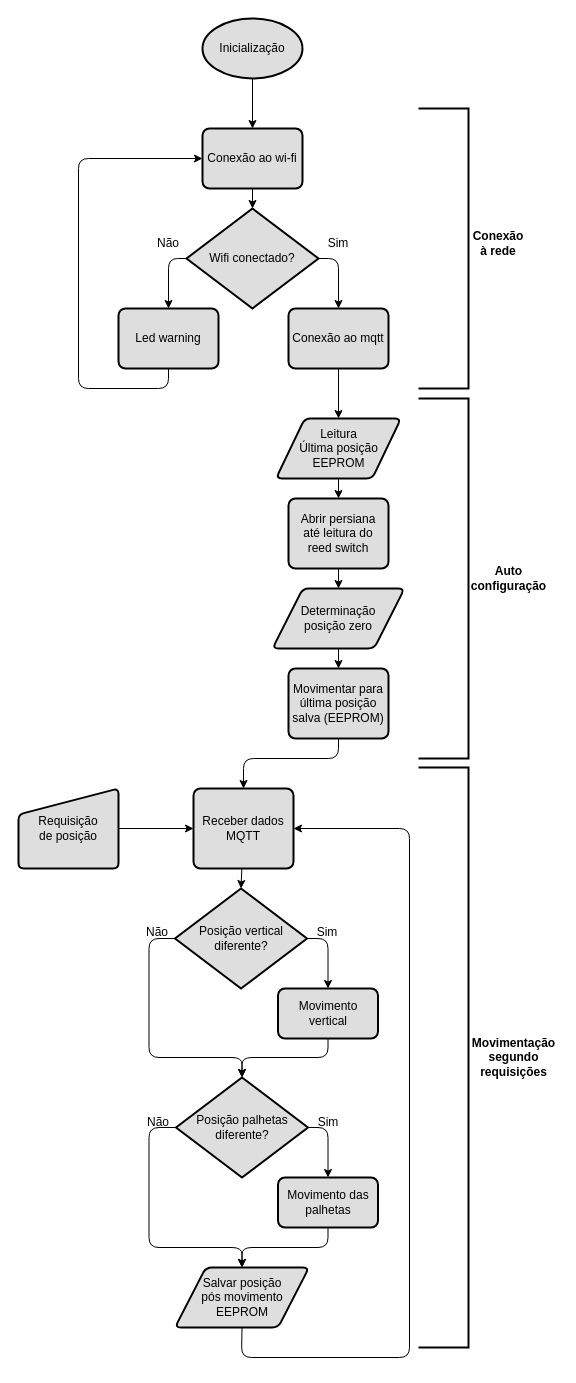
Above: Blinds_hardware_PlatformIO/diagram/fluxChart.drawio in AntunesLeonardo/SmartOffice_Persiana (draw.io), before the change. Source tidied: cells renumbered, new cells numbered last; positions are measured from the earlier drawing's top-left corner, leaving out a move shared by most shapes. Both pictures are drawn from the tidied source at 100%, with x=0, y=0 at pixel (18, 18).
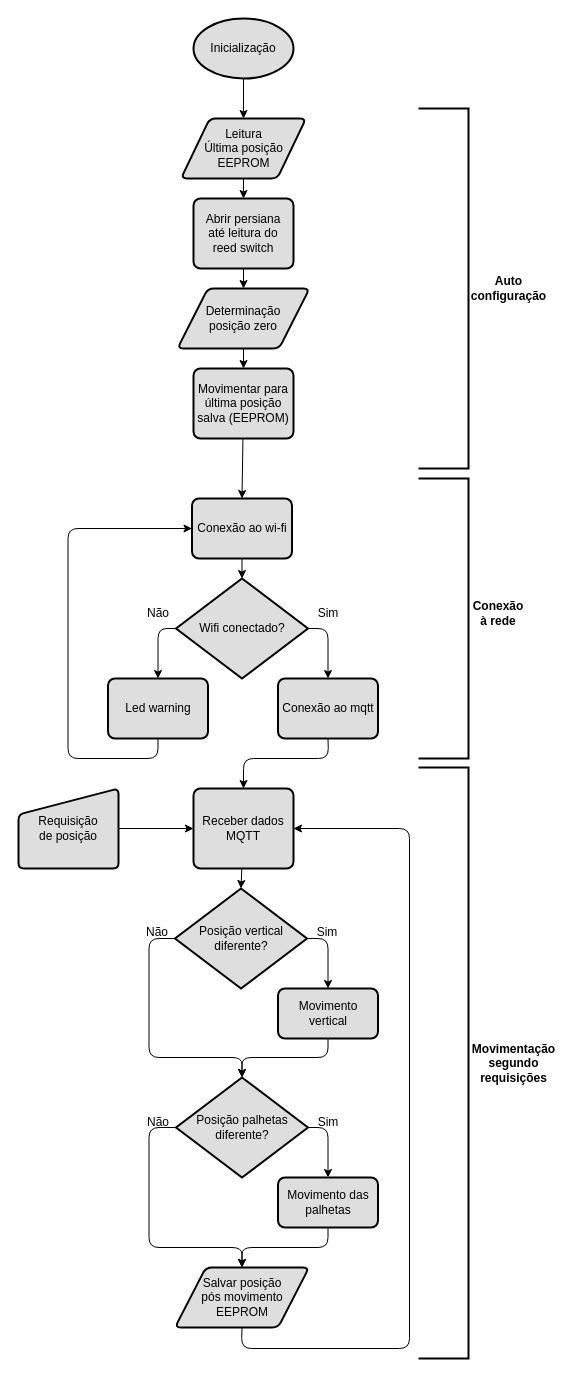
The same diagram, later.

Commit message:
Doc: Flow chart - auto config before network connection

The change refers to these unchanged cells:
```xml
<mxCell id="28" value="Receber dados&lt;br&gt;MQTT" style="rounded=1;whiteSpace=wrap;html=1;absoluteArcSize=1;arcSize=14;strokeWidth=2;strokeColor=#000000;fillColor=#DEDEDE;fontColor=#000000;" parent="1" vertex="1">
  <mxGeometry x="175" y="770" width="100" height="80" as="geometry" />
</mxCell>
<mxCell id="40" value="Salvar posição&lt;br&gt;pós movimento&lt;br&gt;EEPROM" style="shape=parallelogram;html=1;strokeWidth=2;perimeter=parallelogramPerimeter;whiteSpace=wrap;rounded=1;arcSize=12;size=0.23;strokeColor=#000000;fillColor=#DEDEDE;fontColor=#000000;" parent="1" vertex="1">
  <mxGeometry x="156.5" y="1249" width="134" height="60" as="geometry" />
</mxCell>
```

What changed in the source:
```diff
@@
-    <mxCell id="2" style="edgeStyle=none;html=1;entryX=0.5;entryY=0;entryDx=0;entryDy=0;fontColor=#000000;strokeColor=#000000;fillColor=#DEDEDE;" parent="1" edge="1" source="3" target="5">
-      <mxGeometry relative="1" as="geometry" />
-    </mxCell>
+    <mxCell id="49" style="edgeStyle=none;html=1;entryX=0.5;entryY=0;entryDx=0;entryDy=0;strokeColor=#000000;" parent="1" edge="1" source="3" target="16">
+      <mxGeometry relative="1" as="geometry" />
+    </mxCell>
     <mxCell id="3" value="Inicialização" style="strokeWidth=2;html=1;shape=mxgraph.flowchart.start_1;whiteSpace=wrap;strokeColor=#000000;fillColor=#DEDEDE;fontColor=#000000;" parent="1" vertex="1">
-      <mxGeometry x="184" width="100" height="60" as="geometry" />
+      <mxGeometry x="175" width="100" height="60" as="geometry" />
     </mxCell>
@@
     <mxCell id="5" value="Conexão ao wi-fi" style="rounded=1;whiteSpace=wrap;html=1;absoluteArcSize=1;arcSize=14;strokeWidth=2;shadow=0;glass=0;labelBackgroundColor=none;fontColor=#000000;strokeColor=#000000;fillColor=#DEDEDE;" parent="1" vertex="1">
-      <mxGeometry x="184" y="110" width="100" height="60" as="geometry" />
+      <mxGeometry x="173.5" y="480" width="100" height="60" as="geometry" />
     </mxCell>
-    <mxCell id="6" style="edgeStyle=none;html=1;strokeColor=#000000;fillColor=#DEDEDE;fontColor=#000000;" parent="1" edge="1" source="7" target="16">
-      <mxGeometry relative="1" as="geometry" />
-    </mxCell>
+    <mxCell id="50" style="edgeStyle=none;html=1;entryX=0.5;entryY=0;entryDx=0;entryDy=0;exitX=0.5;exitY=1;exitDx=0;exitDy=0;strokeColor=#000000;" parent="1" edge="1" source="7" target="28">
+      <mxGeometry relative="1" as="geometry">
+        <Array as="points">
+          <mxPoint x="310" y="740" />
+          <mxPoint x="225" y="740" />
+        </Array>
+      </mxGeometry>
+    </mxCell>
     <mxCell id="7" value="Conexão ao mqtt" style="rounded=1;whiteSpace=wrap;html=1;absoluteArcSize=1;arcSize=14;strokeWidth=2;shadow=0;glass=0;labelBackgroundColor=none;fontColor=#000000;strokeColor=#000000;fillColor=#DEDEDE;" parent="1" vertex="1">
-      <mxGeometry x="270" y="290" width="100" height="60" as="geometry" />
+      <mxGeometry x="259.5" y="660" width="100" height="60" as="geometry" />
     </mxCell>
     <mxCell id="8" style="edgeStyle=none;html=1;entryX=0.5;entryY=0;entryDx=0;entryDy=0;exitX=0;exitY=0.5;exitDx=0;exitDy=0;exitPerimeter=0;strokeColor=#000000;fillColor=#DEDEDE;fontColor=#000000;" parent="1" edge="1" source="10" target="12">
       <mxGeometry relative="1" as="geometry">
         <Array as="points">
-          <mxPoint x="150" y="240" />
+          <mxPoint x="139.5" y="610" />
         </Array>
       </mxGeometry>
     </mxCell>
     <mxCell id="9" style="edgeStyle=none;html=1;entryX=0.5;entryY=0;entryDx=0;entryDy=0;exitX=1;exitY=0.5;exitDx=0;exitDy=0;exitPerimeter=0;strokeColor=#000000;fillColor=#DEDEDE;fontColor=#000000;" parent="1" edge="1" source="10" target="7">
       <mxGeometry relative="1" as="geometry">
         <Array as="points">
-          <mxPoint x="320" y="240" />
+          <mxPoint x="309.5" y="610" />
         </Array>
       </mxGeometry>
     </mxCell>
     <mxCell id="10" value="Wifi conectado?" style="strokeWidth=2;html=1;shape=mxgraph.flowchart.decision;whiteSpace=wrap;strokeColor=#000000;fillColor=#DEDEDE;fontColor=#000000;" parent="1" vertex="1">
-      <mxGeometry x="168" y="190" width="132" height="100" as="geometry" />
+      <mxGeometry x="157.5" y="560" width="132" height="100" as="geometry" />
     </mxCell>
     <mxCell id="11" style="edgeStyle=none;html=1;entryX=0;entryY=0.5;entryDx=0;entryDy=0;exitX=0.5;exitY=1;exitDx=0;exitDy=0;strokeColor=#000000;fillColor=#DEDEDE;fontColor=#000000;" parent="1" edge="1" source="12" target="5">
       <mxGeometry relative="1" as="geometry">
         <Array as="points">
-          <mxPoint x="150" y="370" />
-          <mxPoint x="60" y="370" />
-          <mxPoint x="60" y="140" />
+          <mxPoint x="139.5" y="740" />
+          <mxPoint x="49.5" y="740" />
+          <mxPoint x="49.5" y="510" />
         </Array>
       </mxGeometry>
     </mxCell>
     <mxCell id="12" value="Led warning" style="rounded=1;whiteSpace=wrap;html=1;absoluteArcSize=1;arcSize=14;strokeWidth=2;strokeColor=#000000;fillColor=#DEDEDE;fontColor=#000000;" parent="1" vertex="1">
-      <mxGeometry x="100" y="290" width="100" height="60" as="geometry" />
+      <mxGeometry x="89.5" y="660" width="100" height="60" as="geometry" />
     </mxCell>
     <mxCell id="13" value="Sim" style="text;html=1;strokeColor=none;fillColor=none;align=center;verticalAlign=middle;whiteSpace=wrap;rounded=0;fontColor=#000000;labelBackgroundColor=none;" parent="1" vertex="1">
-      <mxGeometry x="290" y="210" width="60" height="30" as="geometry" />
+      <mxGeometry x="279.5" y="580" width="60" height="30" as="geometry" />
     </mxCell>
     <mxCell id="14" value="Não" style="text;html=1;strokeColor=none;fillColor=none;align=center;verticalAlign=middle;whiteSpace=wrap;rounded=0;fontColor=#000000;" parent="1" vertex="1">
-      <mxGeometry x="120" y="210" width="60" height="30" as="geometry" />
+      <mxGeometry x="109.5" y="580" width="60" height="30" as="geometry" />
     </mxCell>
@@
     <mxCell id="16" value="Leitura&lt;br&gt;Última posição&lt;br&gt;EEPROM" style="shape=parallelogram;html=1;strokeWidth=2;perimeter=parallelogramPerimeter;whiteSpace=wrap;rounded=1;arcSize=12;size=0.23;strokeColor=#000000;fillColor=#DEDEDE;fontColor=#000000;" parent="1" vertex="1">
-      <mxGeometry x="257.5" y="400" width="125" height="60" as="geometry" />
+      <mxGeometry x="162.5" y="100" width="125" height="60" as="geometry" />
     </mxCell>
@@
     <mxCell id="18" value="Abrir persiana&lt;br&gt;até leitura do&lt;br&gt;reed switch" style="rounded=1;whiteSpace=wrap;html=1;absoluteArcSize=1;arcSize=14;strokeWidth=2;strokeColor=#000000;fillColor=#DEDEDE;fontColor=#000000;" parent="1" vertex="1">
-      <mxGeometry x="270" y="480" width="100" height="70" as="geometry" />
+      <mxGeometry x="175" y="180" width="100" height="70" as="geometry" />
     </mxCell>
@@
     <mxCell id="20" value="Determinação&lt;br&gt;posição zero" style="shape=parallelogram;html=1;strokeWidth=2;perimeter=parallelogramPerimeter;whiteSpace=wrap;rounded=1;arcSize=12;size=0.23;strokeColor=#000000;fillColor=#DEDEDE;fontColor=#000000;" parent="1" vertex="1">
-      <mxGeometry x="254" y="570" width="132" height="60" as="geometry" />
+      <mxGeometry x="159" y="270" width="132" height="60" as="geometry" />
     </mxCell>
     <mxCell id="21" style="strokeWidth=2;html=1;shape=mxgraph.flowchart.annotation_1;align=left;flipH=1;strokeColor=#000000;fillColor=#DEDEDE;fontColor=#000000;" parent="1" vertex="1">
-      <mxGeometry x="400" y="90" width="50" height="280" as="geometry" />
+      <mxGeometry x="400" y="460" width="50" height="280" as="geometry" />
     </mxCell>
     <mxCell id="22" style="strokeWidth=2;html=1;shape=mxgraph.flowchart.annotation_1;align=left;flipH=1;strokeColor=#000000;fillColor=#DEDEDE;fontColor=#000000;" parent="1" vertex="1">
-      <mxGeometry x="400" y="380" width="50" height="360" as="geometry" />
+      <mxGeometry x="400" y="90" width="50" height="360" as="geometry" />
     </mxCell>
-    <mxCell id="23" style="edgeStyle=none;html=1;entryX=0.5;entryY=0;entryDx=0;entryDy=0;exitX=0.5;exitY=1;exitDx=0;exitDy=0;strokeColor=#000000;fillColor=#DEDEDE;fontColor=#000000;" parent="1" edge="1" source="24" target="28">
-      <mxGeometry relative="1" as="geometry">
-        <Array as="points">
-          <mxPoint x="320" y="740" />
-          <mxPoint x="225" y="740" />
-        </Array>
-      </mxGeometry>
-    </mxCell>
+    <mxCell id="51" style="edgeStyle=none;html=1;entryX=0.5;entryY=0;entryDx=0;entryDy=0;strokeColor=#000000;" parent="1" edge="1" source="24" target="5">
+      <mxGeometry relative="1" as="geometry" />
+    </mxCell>
     <mxCell id="24" value="Movimentar para&lt;br&gt;última posição&lt;br&gt;salva (EEPROM)" style="rounded=1;whiteSpace=wrap;html=1;absoluteArcSize=1;arcSize=14;strokeWidth=2;strokeColor=#000000;fillColor=#DEDEDE;fontColor=#000000;" parent="1" vertex="1">
-      <mxGeometry x="270" y="650" width="100" height="70" as="geometry" />
+      <mxGeometry x="175" y="350" width="100" height="70" as="geometry" />
     </mxCell>
@@
     <mxCell id="39" style="edgeStyle=none;html=1;entryX=1;entryY=0.5;entryDx=0;entryDy=0;exitX=0.5;exitY=1;exitDx=0;exitDy=0;strokeColor=#000000;fillColor=#DEDEDE;fontColor=#000000;" parent="1" edge="1" source="40" target="28">
       <mxGeometry relative="1" as="geometry">
         <Array as="points">
-          <mxPoint x="223" y="1339" />
-          <mxPoint x="391" y="1339" />
+          <mxPoint x="223" y="1330" />
+          <mxPoint x="391" y="1330" />
           <mxPoint x="391" y="810" />
         </Array>
       </mxGeometry>
     </mxCell>
@@
     <mxCell id="41" style="strokeWidth=2;html=1;shape=mxgraph.flowchart.annotation_1;align=left;flipH=1;strokeColor=#000000;fillColor=#DEDEDE;fontColor=#000000;" parent="1" vertex="1">
-      <mxGeometry x="400" y="749" width="50" height="580" as="geometry" />
+      <mxGeometry x="400" y="749" width="50" height="591" as="geometry" />
     </mxCell>
     <mxCell id="42" value="&lt;b&gt;Conexão à rede&lt;/b&gt;" style="text;html=1;strokeColor=none;fillColor=none;align=center;verticalAlign=middle;whiteSpace=wrap;rounded=0;fontColor=#000000;" parent="1" vertex="1">
-      <mxGeometry x="450" y="210" width="60" height="30" as="geometry" />
+      <mxGeometry x="450" y="580" width="60" height="30" as="geometry" />
     </mxCell>
     <mxCell id="43" value="Auto configuração" style="text;html=1;strokeColor=none;fillColor=none;align=center;verticalAlign=middle;whiteSpace=wrap;rounded=0;fontStyle=1;fontColor=#000000;" parent="1" vertex="1">
-      <mxGeometry x="450" y="545" width="81" height="30" as="geometry" />
+      <mxGeometry x="450" y="255" width="81" height="30" as="geometry" />
     </mxCell>
     <mxCell id="44" value="&lt;b&gt;Movimentação&lt;br&gt;segundo&lt;br&gt;requisições&lt;br&gt;&lt;/b&gt;" style="text;html=1;strokeColor=none;fillColor=none;align=center;verticalAlign=middle;whiteSpace=wrap;rounded=0;fontColor=#000000;" parent="1" vertex="1">
-      <mxGeometry x="450" y="1024" width="91" height="30" as="geometry" />
+      <mxGeometry x="450" y="1024.8" width="91" height="39.5" as="geometry" />
     </mxCell>
```
